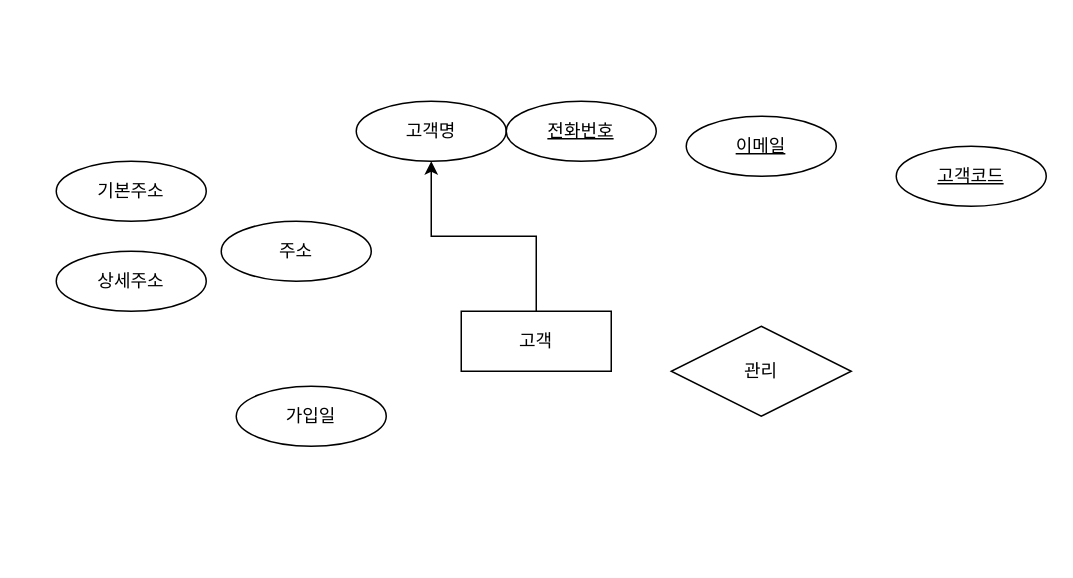
Before: 제목 없는 다이어그램.drawio in Heailey/ERD, a draw.io diagram. Source tidied: cells renumbered, new cells numbered last; positions are measured from the earlier drawing's top-left corner, leaving out a move shared by most shapes. Both pictures are drawn from the tidied source at 150%, with x=0, y=0 at pixel (56, 100).
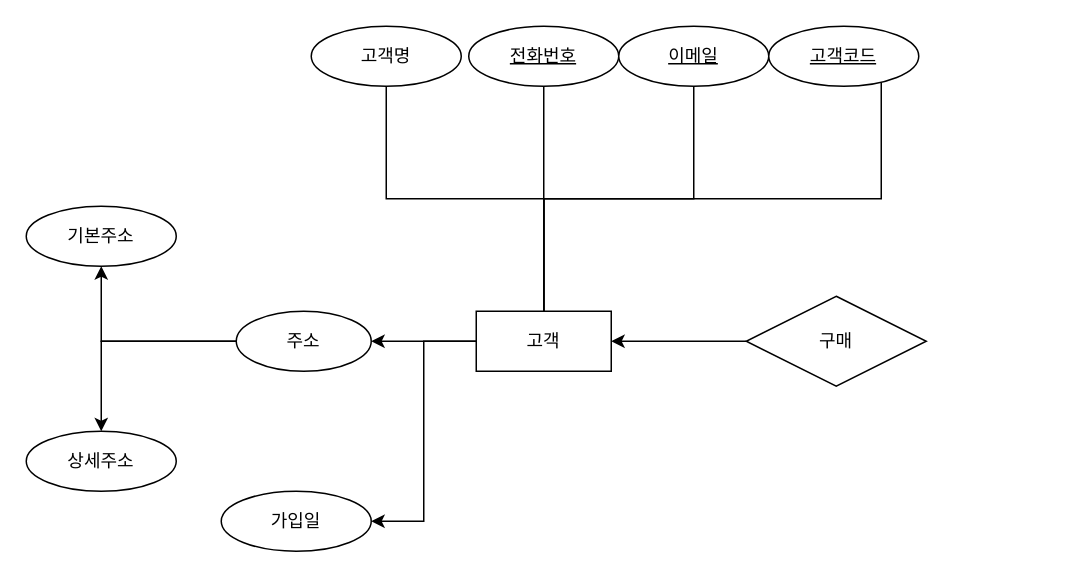
Above is the later version.

Commit message:
제목 없는 다이어그램.drawio 업데이트

The edit, as a diff of the source:
```diff
@@
-    <mxCell id="2" style="edgeStyle=orthogonalEdgeStyle;rounded=0;jettySize=auto;html=1;exitX=0.5;exitY=0;exitDx=0;exitDy=0;entryX=0.5;entryY=1;entryDx=0;entryDy=0;" parent="1" edge="1" source="3" target="4">
+    <mxCell id="2" style="edgeStyle=orthogonalEdgeStyle;rounded=0;jettySize=auto;html=1;exitX=0.5;exitY=0;exitDx=0;exitDy=0;entryX=0.5;entryY=1;entryDx=0;entryDy=0;endArrow=none;endFill=0;" parent="1" edge="1" source="3" target="4">
       <mxGeometry relative="1" as="geometry" />
     </mxCell>
+    <mxCell id="13" style="edgeStyle=orthogonalEdgeStyle;rounded=0;jettySize=auto;html=1;exitX=0.5;exitY=0;exitDx=0;exitDy=0;endArrow=none;endFill=0;" parent="1" edge="1" source="3" target="9">
+      <mxGeometry relative="1" as="geometry" />
+    </mxCell>
+    <mxCell id="14" style="edgeStyle=orthogonalEdgeStyle;rounded=0;jettySize=auto;html=1;exitX=0.5;exitY=0;exitDx=0;exitDy=0;endArrow=none;endFill=0;" parent="1" edge="1" source="3" target="10">
+      <mxGeometry relative="1" as="geometry" />
+    </mxCell>
+    <mxCell id="15" style="edgeStyle=orthogonalEdgeStyle;rounded=0;jettySize=auto;html=1;exitX=0.5;exitY=0;exitDx=0;exitDy=0;endArrow=none;endFill=0;" parent="1" edge="1" source="3" target="11">
+      <mxGeometry relative="1" as="geometry">
+        <Array as="points">
+          <mxPoint x="325" y="65" />
+          <mxPoint x="550" y="65" />
+        </Array>
+      </mxGeometry>
+    </mxCell>
+    <mxCell id="16" style="edgeStyle=orthogonalEdgeStyle;rounded=0;jettySize=auto;html=1;exitX=0;exitY=0.5;exitDx=0;exitDy=0;entryX=1;entryY=0.5;entryDx=0;entryDy=0;" parent="1" edge="1" source="3" target="6">
+      <mxGeometry relative="1" as="geometry" />
+    </mxCell>
+    <mxCell id="17" style="edgeStyle=orthogonalEdgeStyle;rounded=0;jettySize=auto;html=1;exitX=0;exitY=0.5;exitDx=0;exitDy=0;entryX=1;entryY=0.5;entryDx=0;entryDy=0;" parent="1" edge="1" source="3" target="5">
+      <mxGeometry relative="1" as="geometry" />
+    </mxCell>
     <mxCell id="3" value="고객" style="whiteSpace=wrap;html=1;align=center;" parent="1" vertex="1">
-      <mxGeometry x="270" y="140" width="100" height="40" as="geometry" />
+      <mxGeometry x="280" y="140" width="90" height="40" as="geometry" />
     </mxCell>
     <mxCell id="4" value="고객명" style="ellipse;whiteSpace=wrap;html=1;align=center;" parent="1" vertex="1">
-      <mxGeometry x="200" width="100" height="40" as="geometry" />
+      <mxGeometry x="170" y="-50" width="100" height="40" as="geometry" />
     </mxCell>
+    <mxCell id="18" style="edgeStyle=orthogonalEdgeStyle;rounded=0;jettySize=auto;html=1;exitX=0;exitY=0.5;exitDx=0;exitDy=0;" parent="1" edge="1" source="5" target="7">
+      <mxGeometry relative="1" as="geometry" />
+    </mxCell>
+    <mxCell id="19" style="edgeStyle=orthogonalEdgeStyle;rounded=0;jettySize=auto;html=1;exitX=0;exitY=0.5;exitDx=0;exitDy=0;entryX=0.5;entryY=0;entryDx=0;entryDy=0;" parent="1" edge="1" source="5" target="8">
+      <mxGeometry relative="1" as="geometry" />
+    </mxCell>
     <mxCell id="5" value="주소" style="ellipse;whiteSpace=wrap;html=1;align=center;" parent="1" vertex="1">
-      <mxGeometry x="110" y="80" width="100" height="40" as="geometry" />
+      <mxGeometry x="120" y="140" width="90" height="40" as="geometry" />
     </mxCell>
     <mxCell id="6" value="가입일" style="ellipse;whiteSpace=wrap;html=1;align=center;" parent="1" vertex="1">
-      <mxGeometry x="120" y="190" width="100" height="40" as="geometry" />
+      <mxGeometry x="110" y="260" width="100" height="40" as="geometry" />
     </mxCell>
     <mxCell id="7" value="기본주소" style="ellipse;whiteSpace=wrap;html=1;align=center;" parent="1" vertex="1">
-      <mxGeometry y="40" width="100" height="40" as="geometry" />
+      <mxGeometry x="-20" y="70" width="100" height="40" as="geometry" />
     </mxCell>
     <mxCell id="8" value="상세주소" style="ellipse;whiteSpace=wrap;html=1;align=center;" parent="1" vertex="1">
-      <mxGeometry y="100" width="100" height="40" as="geometry" />
+      <mxGeometry x="-20" y="220" width="100" height="40" as="geometry" />
     </mxCell>
     <mxCell id="9" value="전화번호" style="ellipse;whiteSpace=wrap;html=1;align=center;fontStyle=4;" parent="1" vertex="1">
-      <mxGeometry x="300" width="100" height="40" as="geometry" />
+      <mxGeometry x="275" y="-50" width="100" height="40" as="geometry" />
     </mxCell>
     <mxCell id="10" value="이메일" style="ellipse;whiteSpace=wrap;html=1;align=center;fontStyle=4;" parent="1" vertex="1">
-      <mxGeometry x="420" y="10" width="100" height="40" as="geometry" />
+      <mxGeometry x="375" y="-50" width="100" height="40" as="geometry" />
     </mxCell>
     <mxCell id="11" value="고객코드" style="ellipse;whiteSpace=wrap;html=1;align=center;fontStyle=4;" parent="1" vertex="1">
-      <mxGeometry x="560" y="30" width="100" height="40" as="geometry" />
+      <mxGeometry x="475" y="-50" width="100" height="40" as="geometry" />
     </mxCell>
+    <mxCell id="20" style="edgeStyle=orthogonalEdgeStyle;rounded=0;jettySize=auto;html=1;exitX=0;exitY=0.5;exitDx=0;exitDy=0;entryX=1;entryY=0.5;entryDx=0;entryDy=0;" parent="1" edge="1" source="12" target="3">
+      <mxGeometry relative="1" as="geometry" />
+    </mxCell>
-    <mxCell id="12" value="관리" style="shape=rhombus;perimeter=rhombusPerimeter;whiteSpace=wrap;html=1;align=center;" parent="1" vertex="1">
-      <mxGeometry x="410" y="150" width="120" height="60" as="geometry" />
+    <mxCell id="12" value="구매" style="shape=rhombus;perimeter=rhombusPerimeter;whiteSpace=wrap;html=1;align=center;" parent="1" vertex="1">
+      <mxGeometry x="460" y="130" width="120" height="60" as="geometry" />
     </mxCell>
```
